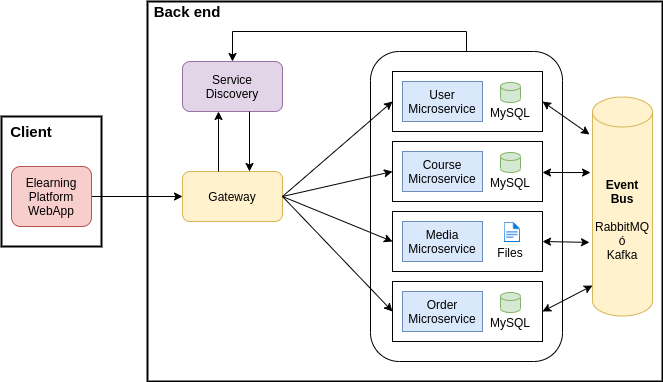
mlopez383/spring-microservices keeps this draw.io diagram as misc/MicroserviceArchitecture.png. Above is the earlier version. Source tidied: cells renumbered, new cells last; positions are measured from the earlier drawing's top-left corner, leaving out a move shared by most shapes. Source of this version:
```xml
<mxGraphModel>
  <root>
    <mxCell id="0" />
    <mxCell id="1" parent="0" />
    <mxCell id="2" style="rounded=0;whiteSpace=wrap;html=1;strokeWidth=2;" parent="1" vertex="1">
      <mxGeometry y="115" width="100" height="130" as="geometry" />
    </mxCell>
    <mxCell id="3" style="rounded=0;whiteSpace=wrap;html=1;strokeWidth=2;" parent="1" vertex="1">
      <mxGeometry x="146" width="515" height="380" as="geometry" />
    </mxCell>
    <mxCell id="4" style="edgeStyle=orthogonalEdgeStyle;rounded=0;jettySize=auto;html=1;exitX=0.5;exitY=0;exitDx=0;exitDy=0;entryX=0.5;entryY=0;entryDx=0;entryDy=0;" parent="1" edge="1" source="5" target="27">
      <mxGeometry relative="1" as="geometry" />
    </mxCell>
    <mxCell id="5" style="rounded=1;whiteSpace=wrap;html=1;" parent="1" vertex="1">
      <mxGeometry x="369" y="50" width="192" height="310" as="geometry" />
    </mxCell>
    <mxCell id="6" style="rounded=0;whiteSpace=wrap;html=1;" parent="1" vertex="1">
      <mxGeometry x="391" y="70" width="150" height="60" as="geometry" />
    </mxCell>
    <mxCell id="7" value="Gateway" style="rounded=1;whiteSpace=wrap;html=1;fillColor=#fff2cc;strokeColor=#d6b656;" parent="1" vertex="1">
      <mxGeometry x="181" y="170" width="100" height="50" as="geometry" />
    </mxCell>
    <mxCell id="8" value="User Microservice" style="rounded=0;whiteSpace=wrap;html=1;fillColor=#dae8fc;strokeColor=#6c8ebf;" parent="1" vertex="1">
      <mxGeometry x="401" y="80" width="80" height="40" as="geometry" />
    </mxCell>
    <mxCell id="9" style="shape=cylinder3;whiteSpace=wrap;html=1;boundedLbl=1;backgroundOutline=1;size=4;fillColor=#d5e8d4;strokeColor=#82b366;" parent="1" vertex="1">
      <mxGeometry x="499" y="81" width="20" height="20" as="geometry" />
    </mxCell>
    <mxCell id="10" value="MySQL" style="text;html=1;strokeColor=none;fillColor=none;align=center;verticalAlign=middle;whiteSpace=wrap;rounded=0;" parent="1" vertex="1">
      <mxGeometry x="489" y="101" width="40" height="20" as="geometry" />
    </mxCell>
    <mxCell id="11" style="rounded=0;whiteSpace=wrap;html=1;" parent="1" vertex="1">
      <mxGeometry x="391" y="140" width="150" height="60" as="geometry" />
    </mxCell>
    <mxCell id="12" value="Course Microservice" style="rounded=0;whiteSpace=wrap;html=1;fillColor=#dae8fc;strokeColor=#6c8ebf;" parent="1" vertex="1">
      <mxGeometry x="401" y="150" width="80" height="40" as="geometry" />
    </mxCell>
    <mxCell id="13" style="shape=cylinder3;whiteSpace=wrap;html=1;boundedLbl=1;backgroundOutline=1;size=4;fillColor=#d5e8d4;strokeColor=#82b366;" parent="1" vertex="1">
      <mxGeometry x="499" y="151" width="20" height="20" as="geometry" />
    </mxCell>
    <mxCell id="14" value="MySQL" style="text;html=1;strokeColor=none;fillColor=none;align=center;verticalAlign=middle;whiteSpace=wrap;rounded=0;" parent="1" vertex="1">
      <mxGeometry x="489" y="171" width="40" height="20" as="geometry" />
    </mxCell>
    <mxCell id="15" style="rounded=0;whiteSpace=wrap;html=1;" parent="1" vertex="1">
      <mxGeometry x="391" y="210" width="150" height="60" as="geometry" />
    </mxCell>
    <mxCell id="16" value="Media Microservice" style="rounded=0;whiteSpace=wrap;html=1;fillColor=#dae8fc;strokeColor=#6c8ebf;" parent="1" vertex="1">
      <mxGeometry x="401" y="220" width="80" height="40" as="geometry" />
    </mxCell>
    <mxCell id="17" value="Files" style="text;html=1;strokeColor=none;fillColor=none;align=center;verticalAlign=middle;whiteSpace=wrap;rounded=0;" parent="1" vertex="1">
      <mxGeometry x="489" y="241" width="40" height="20" as="geometry" />
    </mxCell>
    <mxCell id="18" style="rounded=0;whiteSpace=wrap;html=1;" parent="1" vertex="1">
      <mxGeometry x="391" y="280" width="150" height="60" as="geometry" />
    </mxCell>
    <mxCell id="19" value="Order Microservice" style="rounded=0;whiteSpace=wrap;html=1;fillColor=#dae8fc;strokeColor=#6c8ebf;" parent="1" vertex="1">
      <mxGeometry x="401" y="290" width="80" height="40" as="geometry" />
    </mxCell>
    <mxCell id="20" style="shape=cylinder3;whiteSpace=wrap;html=1;boundedLbl=1;backgroundOutline=1;size=4;fillColor=#d5e8d4;strokeColor=#82b366;" parent="1" vertex="1">
      <mxGeometry x="499" y="291" width="20" height="20" as="geometry" />
    </mxCell>
    <mxCell id="21" value="MySQL" style="text;html=1;strokeColor=none;fillColor=none;align=center;verticalAlign=middle;whiteSpace=wrap;rounded=0;" parent="1" vertex="1">
      <mxGeometry x="489" y="311" width="40" height="20" as="geometry" />
    </mxCell>
    <mxCell id="22" style="html=1;align=center;image;fontSize=12;image=img/lib/azure2/general/File.svg;" parent="1" vertex="1">
      <mxGeometry x="502.8" y="221" width="16.2" height="20" as="geometry" />
    </mxCell>
    <mxCell id="23" style="endArrow=classic;html=1;entryX=0;entryY=0.5;entryDx=0;entryDy=0;exitX=1;exitY=0.5;exitDx=0;exitDy=0;" parent="1" edge="1" source="7" target="6">
      <mxGeometry relative="1" as="geometry" />
    </mxCell>
    <mxCell id="24" style="endArrow=classic;html=1;entryX=0;entryY=0.5;entryDx=0;entryDy=0;exitX=1;exitY=0.5;exitDx=0;exitDy=0;" parent="1" edge="1" source="7" target="11">
      <mxGeometry relative="1" as="geometry" />
    </mxCell>
    <mxCell id="25" style="endArrow=classic;html=1;entryX=0;entryY=0.5;entryDx=0;entryDy=0;exitX=1;exitY=0.5;exitDx=0;exitDy=0;" parent="1" edge="1" source="7" target="15">
      <mxGeometry relative="1" as="geometry" />
    </mxCell>
    <mxCell id="26" style="endArrow=classic;html=1;entryX=0;entryY=0.5;entryDx=0;entryDy=0;exitX=1;exitY=0.5;exitDx=0;exitDy=0;" parent="1" edge="1" source="7" target="18">
      <mxGeometry relative="1" as="geometry" />
    </mxCell>
    <mxCell id="27" value="Service&lt;br&gt;Discovery" style="rounded=1;whiteSpace=wrap;html=1;fillColor=#e1d5e7;strokeColor=#9673a6;" parent="1" vertex="1">
      <mxGeometry x="181" y="60" width="100" height="50" as="geometry" />
    </mxCell>
    <mxCell id="28" style="endArrow=classic;html=1;exitX=0.36;exitY=0;exitDx=0;exitDy=0;exitPerimeter=0;" parent="1" edge="1" source="7">
      <mxGeometry relative="1" as="geometry">
        <mxPoint x="217" y="110" as="targetPoint" />
      </mxGeometry>
    </mxCell>
    <mxCell id="29" style="endArrow=classic;html=1;" parent="1" edge="1">
      <mxGeometry relative="1" as="geometry">
        <mxPoint x="248" y="110" as="sourcePoint" />
        <mxPoint x="248" y="170" as="targetPoint" />
      </mxGeometry>
    </mxCell>
    <mxCell id="30" value="&lt;b&gt;Event&lt;br&gt;Bus&lt;/b&gt;&lt;br&gt;&lt;br&gt;RabbitMQ&lt;br&gt;ó&lt;br&gt;Kafka" style="shape=cylinder3;whiteSpace=wrap;html=1;boundedLbl=1;backgroundOutline=1;size=15;strokeWidth=1;fillColor=#fff2cc;strokeColor=#d6b656;" parent="1" vertex="1">
      <mxGeometry x="591" y="95.5" width="60" height="219" as="geometry" />
    </mxCell>
    <mxCell id="31" style="endArrow=classic;startArrow=classic;html=1;entryX=-0.05;entryY=0.171;entryDx=0;entryDy=0;entryPerimeter=0;exitX=1;exitY=0.5;exitDx=0;exitDy=0;" parent="1" edge="1" source="6" target="30">
      <mxGeometry relative="1" as="geometry" />
    </mxCell>
    <mxCell id="32" style="endArrow=classic;startArrow=classic;html=1;entryX=-0.033;entryY=0.345;entryDx=0;entryDy=0;entryPerimeter=0;" parent="1" edge="1" target="30">
      <mxGeometry relative="1" as="geometry">
        <mxPoint x="541" y="171" as="sourcePoint" />
      </mxGeometry>
    </mxCell>
    <mxCell id="33" style="endArrow=classic;startArrow=classic;html=1;entryX=-0.05;entryY=0.664;entryDx=0;entryDy=0;entryPerimeter=0;exitX=1;exitY=0.5;exitDx=0;exitDy=0;" parent="1" edge="1" source="15" target="30">
      <mxGeometry relative="1" as="geometry" />
    </mxCell>
    <mxCell id="34" style="endArrow=classic;startArrow=classic;html=1;entryX=0;entryY=0.861;entryDx=0;entryDy=0;entryPerimeter=0;exitX=1;exitY=0.5;exitDx=0;exitDy=0;" parent="1" edge="1" source="18" target="30">
      <mxGeometry relative="1" as="geometry" />
    </mxCell>
    <mxCell id="35" value="&lt;b&gt;&lt;font style=&quot;font-size: 15px&quot;&gt;Back end&lt;/font&gt;&lt;/b&gt;" style="text;html=1;strokeColor=none;fillColor=none;align=center;verticalAlign=middle;whiteSpace=wrap;rounded=0;" parent="1" vertex="1">
      <mxGeometry x="151" width="70" height="20" as="geometry" />
    </mxCell>
    <mxCell id="36" style="edgeStyle=orthogonalEdgeStyle;rounded=0;jettySize=auto;html=1;entryX=0;entryY=0.5;entryDx=0;entryDy=0;" parent="1" edge="1" source="37" target="7">
      <mxGeometry relative="1" as="geometry" />
    </mxCell>
    <mxCell id="37" value="Elearning&lt;br&gt;Platform&lt;br&gt;WebApp" style="rounded=1;whiteSpace=wrap;html=1;strokeWidth=1;fillColor=#f8cecc;strokeColor=#b85450;" parent="1" vertex="1">
      <mxGeometry x="10" y="165" width="80" height="60" as="geometry" />
    </mxCell>
    <mxCell id="38" value="&lt;b&gt;&lt;font style=&quot;font-size: 15px&quot;&gt;Client&lt;/font&gt;&lt;/b&gt;" style="text;html=1;strokeColor=none;fillColor=none;align=center;verticalAlign=middle;whiteSpace=wrap;rounded=0;" parent="1" vertex="1">
      <mxGeometry y="120" width="60" height="20" as="geometry" />
    </mxCell>
  </root>
</mxGraphModel>
```
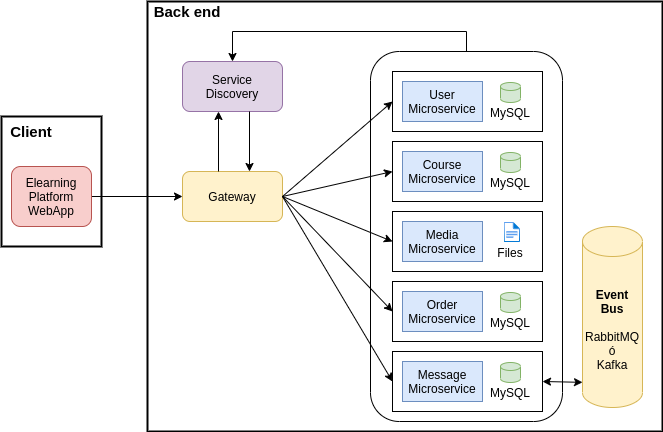
After the change.

Commit message:
update high-level architecture overview

The edit, as a diff of the source:
```diff
@@ -6,13 +6,13 @@
       <mxGeometry y="115" width="100" height="130" as="geometry" />
     </mxCell>
     <mxCell id="3" style="rounded=0;whiteSpace=wrap;html=1;strokeWidth=2;" parent="1" vertex="1">
-      <mxGeometry x="146" width="515" height="380" as="geometry" />
+      <mxGeometry x="146" width="515" height="430" as="geometry" />
     </mxCell>
     <mxCell id="4" style="edgeStyle=orthogonalEdgeStyle;rounded=0;jettySize=auto;html=1;exitX=0.5;exitY=0;exitDx=0;exitDy=0;entryX=0.5;entryY=0;entryDx=0;entryDy=0;" parent="1" edge="1" source="5" target="27">
       <mxGeometry relative="1" as="geometry" />
     </mxCell>
     <mxCell id="5" style="rounded=1;whiteSpace=wrap;html=1;" parent="1" vertex="1">
-      <mxGeometry x="369" y="50" width="192" height="310" as="geometry" />
+      <mxGeometry x="369" y="50" width="192" height="370" as="geometry" />
     </mxCell>
     <mxCell id="6" style="rounded=0;whiteSpace=wrap;html=1;" parent="1" vertex="1">
       <mxGeometry x="391" y="70" width="150" height="60" as="geometry" />
@@ -92,20 +92,9 @@
       </mxGeometry>
     </mxCell>
     <mxCell id="30" value="&lt;b&gt;Event&lt;br&gt;Bus&lt;/b&gt;&lt;br&gt;&lt;br&gt;RabbitMQ&lt;br&gt;ó&lt;br&gt;Kafka" style="shape=cylinder3;whiteSpace=wrap;html=1;boundedLbl=1;backgroundOutline=1;size=15;strokeWidth=1;fillColor=#fff2cc;strokeColor=#d6b656;" parent="1" vertex="1">
-      <mxGeometry x="591" y="95.5" width="60" height="219" as="geometry" />
+      <mxGeometry x="581" y="225" width="60" height="181" as="geometry" />
     </mxCell>
-    <mxCell id="31" style="endArrow=classic;startArrow=classic;html=1;entryX=-0.05;entryY=0.171;entryDx=0;entryDy=0;entryPerimeter=0;exitX=1;exitY=0.5;exitDx=0;exitDy=0;" parent="1" edge="1" source="6" target="30">
-      <mxGeometry relative="1" as="geometry" />
-    </mxCell>
-    <mxCell id="32" style="endArrow=classic;startArrow=classic;html=1;entryX=-0.033;entryY=0.345;entryDx=0;entryDy=0;entryPerimeter=0;" parent="1" edge="1" target="30">
-      <mxGeometry relative="1" as="geometry">
-        <mxPoint x="541" y="171" as="sourcePoint" />
-      </mxGeometry>
-    </mxCell>
-    <mxCell id="33" style="endArrow=classic;startArrow=classic;html=1;entryX=-0.05;entryY=0.664;entryDx=0;entryDy=0;entryPerimeter=0;exitX=1;exitY=0.5;exitDx=0;exitDy=0;" parent="1" edge="1" source="15" target="30">
-      <mxGeometry relative="1" as="geometry" />
-    </mxCell>
-    <mxCell id="34" style="endArrow=classic;startArrow=classic;html=1;entryX=0;entryY=0.861;entryDx=0;entryDy=0;entryPerimeter=0;exitX=1;exitY=0.5;exitDx=0;exitDy=0;" parent="1" edge="1" source="18" target="30">
+    <mxCell id="34" style="endArrow=classic;startArrow=classic;html=1;entryX=0;entryY=0.861;entryDx=0;entryDy=0;entryPerimeter=0;exitX=1;exitY=0.5;exitDx=0;exitDy=0;" parent="1" edge="1" source="39" target="30">
       <mxGeometry relative="1" as="geometry" />
     </mxCell>
     <mxCell id="35" value="&lt;b&gt;&lt;font style=&quot;font-size: 15px&quot;&gt;Back end&lt;/font&gt;&lt;/b&gt;" style="text;html=1;strokeColor=none;fillColor=none;align=center;verticalAlign=middle;whiteSpace=wrap;rounded=0;" parent="1" vertex="1">
@@ -120,5 +109,20 @@
     <mxCell id="38" value="&lt;b&gt;&lt;font style=&quot;font-size: 15px&quot;&gt;Client&lt;/font&gt;&lt;/b&gt;" style="text;html=1;strokeColor=none;fillColor=none;align=center;verticalAlign=middle;whiteSpace=wrap;rounded=0;" parent="1" vertex="1">
       <mxGeometry y="120" width="60" height="20" as="geometry" />
     </mxCell>
+    <mxCell id="39" style="rounded=0;whiteSpace=wrap;html=1;" parent="1" vertex="1">
+      <mxGeometry x="391" y="350" width="150" height="60" as="geometry" />
+    </mxCell>
+    <mxCell id="40" value="Message Microservice" style="rounded=0;whiteSpace=wrap;html=1;fillColor=#dae8fc;strokeColor=#6c8ebf;" parent="1" vertex="1">
+      <mxGeometry x="401" y="360" width="80" height="40" as="geometry" />
+    </mxCell>
+    <mxCell id="41" style="shape=cylinder3;whiteSpace=wrap;html=1;boundedLbl=1;backgroundOutline=1;size=4;fillColor=#d5e8d4;strokeColor=#82b366;" parent="1" vertex="1">
+      <mxGeometry x="499" y="361" width="20" height="20" as="geometry" />
+    </mxCell>
+    <mxCell id="42" value="MySQL" style="text;html=1;strokeColor=none;fillColor=none;align=center;verticalAlign=middle;whiteSpace=wrap;rounded=0;" parent="1" vertex="1">
+      <mxGeometry x="489" y="381" width="40" height="20" as="geometry" />
+    </mxCell>
+    <mxCell id="43" style="endArrow=classic;html=1;entryX=0;entryY=0.5;entryDx=0;entryDy=0;exitX=1;exitY=0.5;exitDx=0;exitDy=0;" parent="1" edge="1" source="7" target="39">
+      <mxGeometry relative="1" as="geometry" />
+    </mxCell>
   </root>
 </mxGraphModel>
```
